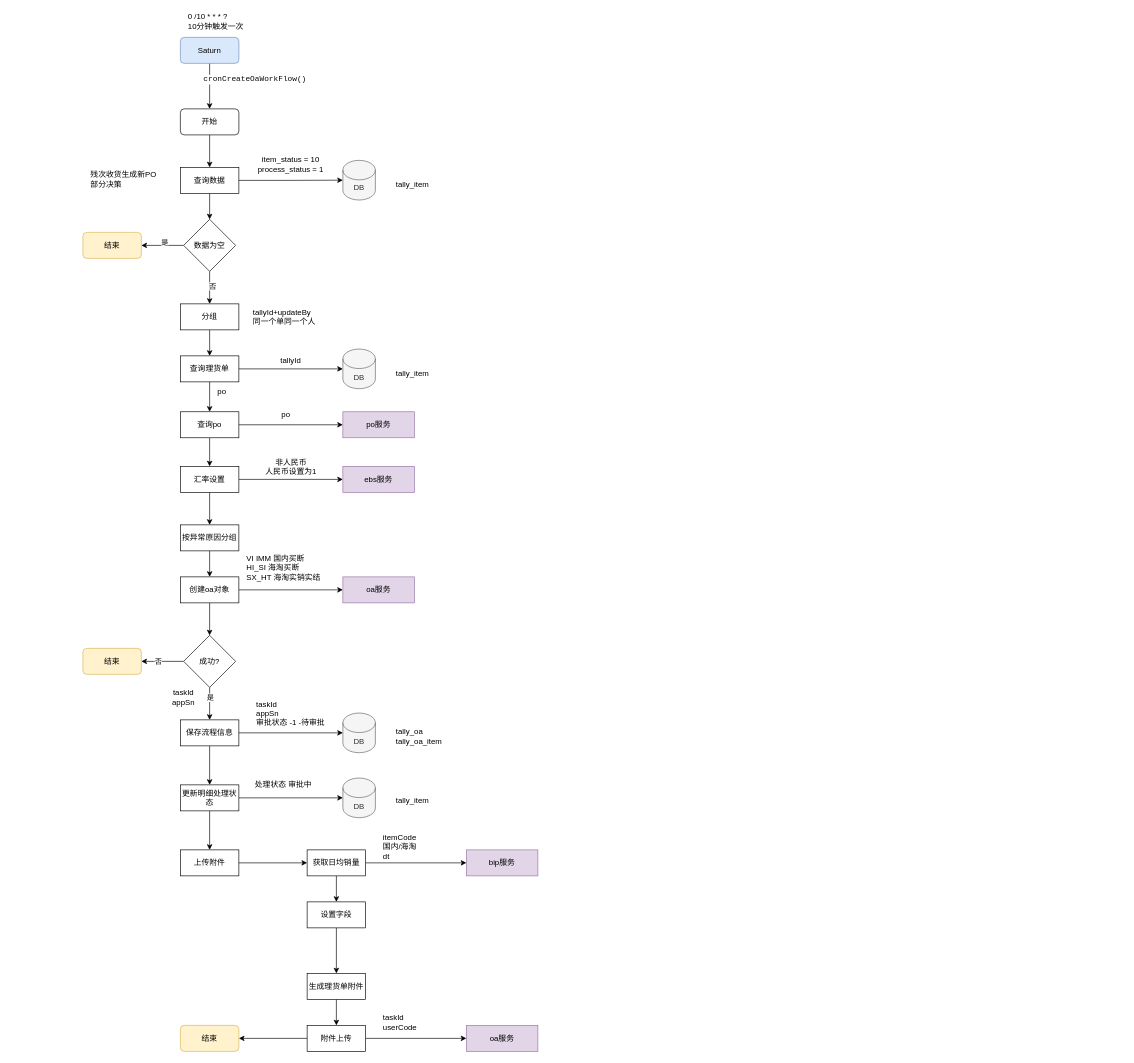
Above: page "创建工单" (3 of 3) of 理货.drawio in vvhard/draw_io (draw.io), before the change. Source tidied: cells renumbered, new cells numbered last; positions are measured from the earlier drawing's top-left corner, leaving out a move shared by most shapes. Both pictures are drawn from the tidied source at 65%, with x=0, y=0 at pixel (83, 11).
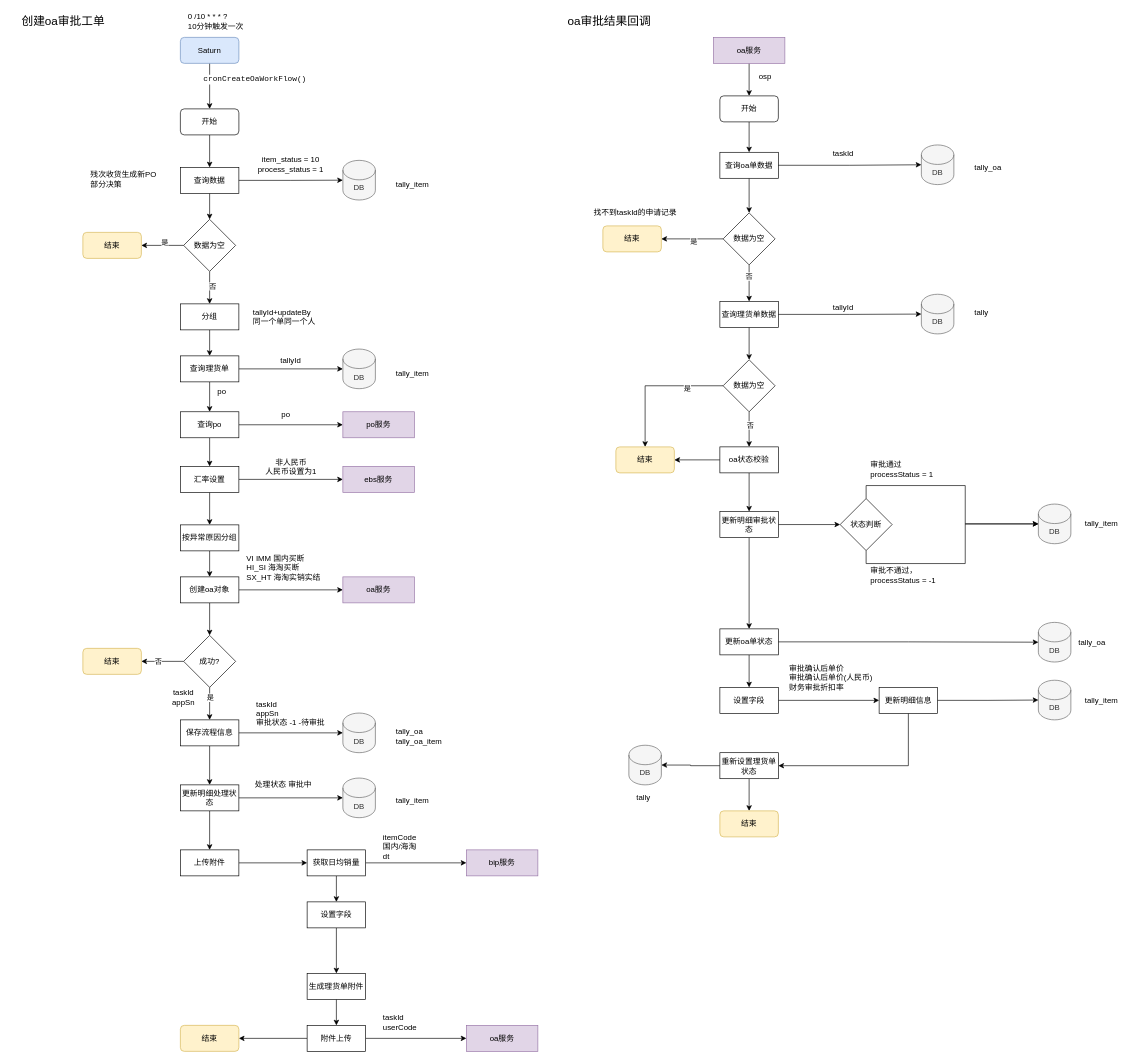
The same diagram, later.

The edit, as a diff of the source:
```diff
@@
+    <mxCell id="84" value="&lt;font style=&quot;font-size: 18px;&quot;&gt;创建oa审批工单&lt;/font&gt;" style="text;html=1;strokeColor=none;fillColor=none;align=center;verticalAlign=middle;whiteSpace=wrap;rounded=0;" parent="1" vertex="1">
+      <mxGeometry x="-110" width="160" height="30" as="geometry" />
+    </mxCell>
+    <mxCell id="85" value="&lt;font style=&quot;font-size: 18px;&quot;&gt;oa审批结果回调&lt;/font&gt;" style="text;html=1;strokeColor=none;fillColor=none;align=center;verticalAlign=middle;whiteSpace=wrap;rounded=0;" parent="1" vertex="1">
+      <mxGeometry x="730" width="160" height="30" as="geometry" />
+    </mxCell>
+    <mxCell id="86" style="edgeStyle=orthogonalEdgeStyle;rounded=0;jettySize=auto;html=1;" parent="1" edge="1" source="87" target="89">
+      <mxGeometry relative="1" as="geometry" />
+    </mxCell>
+    <mxCell id="87" value="oa服务" style="rounded=0;whiteSpace=wrap;html=1;fillColor=#e1d5e7;strokeColor=#9673a6;" parent="1" vertex="1">
+      <mxGeometry x="970" y="40" width="110" height="40" as="geometry" />
+    </mxCell>
+    <mxCell id="88" style="edgeStyle=orthogonalEdgeStyle;rounded=0;jettySize=auto;html=1;" parent="1" edge="1" source="89" target="91">
+      <mxGeometry relative="1" as="geometry" />
+    </mxCell>
+    <mxCell id="89" value="开始" style="rounded=1;whiteSpace=wrap;html=1;" parent="1" vertex="1">
+      <mxGeometry x="980" y="130" width="90" height="40" as="geometry" />
+    </mxCell>
+    <mxCell id="90" style="edgeStyle=orthogonalEdgeStyle;rounded=0;jettySize=auto;html=1;" parent="1" edge="1" source="91" target="100">
+      <mxGeometry relative="1" as="geometry" />
+    </mxCell>
+    <mxCell id="91" value="查询oa单数据" style="rounded=0;whiteSpace=wrap;html=1;" parent="1" vertex="1">
+      <mxGeometry x="980" y="216.8" width="90" height="40" as="geometry" />
+    </mxCell>
+    <mxCell id="92" value="DB" style="shape=cylinder3;whiteSpace=wrap;html=1;boundedLbl=1;backgroundOutline=1;size=15;fillColor=#f5f5f5;fontColor=#333333;strokeColor=#666666;" parent="1" vertex="1">
+      <mxGeometry x="1290" y="205.5" width="50" height="61" as="geometry" />
+    </mxCell>
+    <mxCell id="93" value="tally_oa" style="text;html=1;strokeColor=none;fillColor=none;align=left;verticalAlign=middle;whiteSpace=wrap;rounded=0;" parent="1" vertex="1">
+      <mxGeometry x="1370" y="232" width="60" height="18" as="geometry" />
+    </mxCell>
+    <mxCell id="94" style="edgeStyle=orthogonalEdgeStyle;rounded=0;jettySize=auto;html=1;entryX=0;entryY=0.5;entryDx=0;entryDy=0;entryPerimeter=0;" parent="1" edge="1" source="91" target="92">
+      <mxGeometry relative="1" as="geometry" />
+    </mxCell>
+    <mxCell id="95" value="taskId" style="text;html=1;strokeColor=none;fillColor=none;align=center;verticalAlign=middle;whiteSpace=wrap;rounded=0;" parent="1" vertex="1">
+      <mxGeometry x="1140" y="209.2" width="60" height="20" as="geometry" />
+    </mxCell>
+    <mxCell id="96" style="edgeStyle=orthogonalEdgeStyle;rounded=0;jettySize=auto;html=1;" parent="1" edge="1" source="100" target="101">
+      <mxGeometry relative="1" as="geometry" />
+    </mxCell>
+    <mxCell id="97" value="是" style="edgeLabel;html=1;align=center;verticalAlign=middle;" parent="96" vertex="1">
+      <mxGeometry x="-0.03" y="3" relative="1" as="geometry" />
+    </mxCell>
+    <mxCell id="98" style="edgeStyle=orthogonalEdgeStyle;rounded=0;jettySize=auto;html=1;entryX=0.5;entryY=0;entryDx=0;entryDy=0;" parent="1" edge="1" source="100" target="104">
+      <mxGeometry relative="1" as="geometry" />
+    </mxCell>
+    <mxCell id="99" value="否" style="edgeLabel;html=1;align=center;verticalAlign=middle;" parent="98" vertex="1">
+      <mxGeometry x="-0.38" y="-1" relative="1" as="geometry" />
+    </mxCell>
+    <mxCell id="100" value="数据为空" style="rhombus;whiteSpace=wrap;html=1;" parent="1" vertex="1">
+      <mxGeometry x="985" y="310" width="80" height="80" as="geometry" />
+    </mxCell>
+    <mxCell id="101" value="结束" style="rounded=1;whiteSpace=wrap;html=1;fillColor=#fff2cc;strokeColor=#d6b656;" parent="1" vertex="1">
+      <mxGeometry x="800" y="330" width="90" height="40" as="geometry" />
+    </mxCell>
+    <mxCell id="102" value="找不到taskId的申请记录" style="text;html=1;strokeColor=none;fillColor=none;align=center;verticalAlign=middle;whiteSpace=wrap;rounded=0;" parent="1" vertex="1">
+      <mxGeometry x="780" y="300" width="140" height="20" as="geometry" />
+    </mxCell>
+    <mxCell id="103" style="edgeStyle=orthogonalEdgeStyle;rounded=0;jettySize=auto;html=1;" parent="1" edge="1" source="104" target="113">
+      <mxGeometry relative="1" as="geometry" />
+    </mxCell>
+    <mxCell id="104" value="查询理货单数据" style="rounded=0;whiteSpace=wrap;html=1;" parent="1" vertex="1">
+      <mxGeometry x="980" y="446.2" width="90" height="40" as="geometry" />
+    </mxCell>
+    <mxCell id="105" value="DB" style="shape=cylinder3;whiteSpace=wrap;html=1;boundedLbl=1;backgroundOutline=1;size=15;fillColor=#f5f5f5;fontColor=#333333;strokeColor=#666666;" parent="1" vertex="1">
+      <mxGeometry x="1290" y="435.2" width="50" height="61" as="geometry" />
+    </mxCell>
+    <mxCell id="106" value="tally" style="text;html=1;strokeColor=none;fillColor=none;align=left;verticalAlign=middle;whiteSpace=wrap;rounded=0;" parent="1" vertex="1">
+      <mxGeometry x="1370" y="453.8" width="60" height="18" as="geometry" />
+    </mxCell>
+    <mxCell id="107" style="edgeStyle=orthogonalEdgeStyle;rounded=0;jettySize=auto;html=1;entryX=0;entryY=0.5;entryDx=0;entryDy=0;entryPerimeter=0;" parent="1" edge="1" source="104" target="105">
+      <mxGeometry relative="1" as="geometry" />
+    </mxCell>
+    <mxCell id="108" value="tallyId" style="text;html=1;strokeColor=none;fillColor=none;align=center;verticalAlign=middle;whiteSpace=wrap;rounded=0;" parent="1" vertex="1">
+      <mxGeometry x="1140" y="446.2" width="60" height="20" as="geometry" />
+    </mxCell>
+    <mxCell id="109" style="edgeStyle=orthogonalEdgeStyle;rounded=0;jettySize=auto;html=1;entryX=0.5;entryY=0;entryDx=0;entryDy=0;" parent="1" edge="1" source="113" target="114">
+      <mxGeometry relative="1" as="geometry" />
+    </mxCell>
+    <mxCell id="110" value="是" style="edgeLabel;html=1;align=center;verticalAlign=middle;" parent="109" vertex="1">
+      <mxGeometry x="-0.48" y="4" relative="1" as="geometry" />
+    </mxCell>
+    <mxCell id="111" style="edgeStyle=orthogonalEdgeStyle;rounded=0;jettySize=auto;html=1;" parent="1" edge="1" source="113" target="117">
+      <mxGeometry relative="1" as="geometry" />
+    </mxCell>
+    <mxCell id="112" value="否" style="edgeLabel;html=1;align=center;verticalAlign=middle;" parent="111" vertex="1">
+      <mxGeometry x="-0.27" y="1" relative="1" as="geometry" />
+    </mxCell>
+    <mxCell id="113" value="数据为空" style="rhombus;whiteSpace=wrap;html=1;" parent="1" vertex="1">
+      <mxGeometry x="985" y="536" width="80" height="80" as="geometry" />
+    </mxCell>
+    <mxCell id="114" value="结束" style="rounded=1;whiteSpace=wrap;html=1;fillColor=#fff2cc;strokeColor=#d6b656;" parent="1" vertex="1">
+      <mxGeometry x="820" y="670" width="90" height="40" as="geometry" />
+    </mxCell>
+    <mxCell id="115" style="edgeStyle=orthogonalEdgeStyle;rounded=0;jettySize=auto;html=1;" parent="1" edge="1" source="117" target="114">
+      <mxGeometry relative="1" as="geometry" />
+    </mxCell>
+    <mxCell id="116" style="edgeStyle=orthogonalEdgeStyle;rounded=0;jettySize=auto;html=1;entryX=0.5;entryY=0;entryDx=0;entryDy=0;" parent="1" edge="1" source="117" target="126">
+      <mxGeometry relative="1" as="geometry" />
+    </mxCell>
+    <mxCell id="117" value="oa状态校验" style="rounded=0;whiteSpace=wrap;html=1;" parent="1" vertex="1">
+      <mxGeometry x="980" y="670" width="90" height="40" as="geometry" />
+    </mxCell>
+    <mxCell id="118" value="状态判断" style="rhombus;whiteSpace=wrap;html=1;" parent="1" vertex="1">
+      <mxGeometry x="1165" y="749.5" width="80" height="80" as="geometry" />
+    </mxCell>
+    <mxCell id="119" value="审批通过processStatus = 1" style="text;html=1;strokeColor=none;fillColor=none;align=left;verticalAlign=middle;whiteSpace=wrap;rounded=0;" parent="1" vertex="1">
+      <mxGeometry x="1210" y="690" width="120" height="30" as="geometry" />
+    </mxCell>
+    <mxCell id="120" value="DB" style="shape=cylinder3;whiteSpace=wrap;html=1;boundedLbl=1;backgroundOutline=1;size=15;fillColor=#f5f5f5;fontColor=#333333;strokeColor=#666666;" parent="1" vertex="1">
+      <mxGeometry x="1470" y="758" width="50" height="61" as="geometry" />
+    </mxCell>
+    <mxCell id="121" value="tally_item" style="text;html=1;strokeColor=none;fillColor=none;align=left;verticalAlign=middle;whiteSpace=wrap;rounded=0;" parent="1" vertex="1">
+      <mxGeometry x="1540" y="779.5" width="60" height="18" as="geometry" />
+    </mxCell>
+    <mxCell id="122" value="审批不通过，processStatus = -1" style="text;html=1;strokeColor=none;fillColor=none;align=left;verticalAlign=middle;whiteSpace=wrap;rounded=0;" parent="1" vertex="1">
+      <mxGeometry x="1210" y="854" width="120" height="28" as="geometry" />
+    </mxCell>
+    <mxCell id="123" style="edgeStyle=orthogonalEdgeStyle;rounded=0;jettySize=auto;html=1;entryX=0;entryY=0.5;entryDx=0;entryDy=0;entryPerimeter=0;exitX=0.5;exitY=1;exitDx=0;exitDy=0;" parent="1" edge="1" source="118" target="120">
+      <mxGeometry relative="1" as="geometry" />
+    </mxCell>
+    <mxCell id="124" style="edgeStyle=orthogonalEdgeStyle;rounded=0;jettySize=auto;html=1;entryX=0;entryY=0.5;entryDx=0;entryDy=0;" parent="1" edge="1" source="126" target="118">
+      <mxGeometry relative="1" as="geometry" />
+    </mxCell>
+    <mxCell id="125" style="edgeStyle=orthogonalEdgeStyle;rounded=0;jettySize=auto;html=1;" parent="1" edge="1" source="126" target="129">
+      <mxGeometry relative="1" as="geometry" />
+    </mxCell>
+    <mxCell id="126" value="更新明细审批状态" style="rounded=0;whiteSpace=wrap;html=1;" parent="1" vertex="1">
+      <mxGeometry x="980" y="769.5" width="90" height="40" as="geometry" />
+    </mxCell>
+    <mxCell id="127" style="edgeStyle=orthogonalEdgeStyle;rounded=0;jettySize=auto;html=1;entryX=0;entryY=0.5;entryDx=0;entryDy=0;entryPerimeter=0;exitX=0.5;exitY=0;exitDx=0;exitDy=0;" parent="1" edge="1" source="118" target="120">
+      <mxGeometry relative="1" as="geometry" />
+    </mxCell>
+    <mxCell id="128" style="edgeStyle=orthogonalEdgeStyle;rounded=0;jettySize=auto;html=1;" parent="1" edge="1" source="129" target="134">
+      <mxGeometry relative="1" as="geometry" />
+    </mxCell>
+    <mxCell id="129" value="更新oa单状态" style="rounded=0;whiteSpace=wrap;html=1;" parent="1" vertex="1">
+      <mxGeometry x="980" y="950" width="90" height="40" as="geometry" />
+    </mxCell>
+    <mxCell id="130" value="tally_oa" style="text;html=1;strokeColor=none;fillColor=none;align=left;verticalAlign=middle;whiteSpace=wrap;rounded=0;" parent="1" vertex="1">
+      <mxGeometry x="1530" y="962" width="60" height="18" as="geometry" />
+    </mxCell>
+    <mxCell id="131" value="DB" style="shape=cylinder3;whiteSpace=wrap;html=1;boundedLbl=1;backgroundOutline=1;size=15;fillColor=#f5f5f5;fontColor=#333333;strokeColor=#666666;" parent="1" vertex="1">
+      <mxGeometry x="1470" y="940" width="50" height="61" as="geometry" />
+    </mxCell>
+    <mxCell id="132" style="edgeStyle=orthogonalEdgeStyle;rounded=0;jettySize=auto;html=1;entryX=0;entryY=0.5;entryDx=0;entryDy=0;entryPerimeter=0;" parent="1" edge="1" source="129" target="131">
+      <mxGeometry relative="1" as="geometry" />
+    </mxCell>
+    <mxCell id="133" style="edgeStyle=orthogonalEdgeStyle;rounded=0;jettySize=auto;html=1;entryX=0;entryY=0.5;entryDx=0;entryDy=0;" parent="1" edge="1" source="134" target="137">
+      <mxGeometry relative="1" as="geometry" />
+    </mxCell>
+    <mxCell id="134" value="设置字段" style="rounded=0;whiteSpace=wrap;html=1;" parent="1" vertex="1">
+      <mxGeometry x="980" y="1040" width="90" height="40" as="geometry" />
+    </mxCell>
+    <mxCell id="135" value="审批确认后单价&lt;br&gt;审批确认后单价(人民币)&lt;br&gt;财务审批折扣率" style="text;html=1;strokeColor=none;fillColor=none;align=left;verticalAlign=middle;whiteSpace=wrap;rounded=0;" parent="1" vertex="1">
+      <mxGeometry x="1085" y="1010" width="140" height="30" as="geometry" />
+    </mxCell>
+    <mxCell id="136" style="edgeStyle=orthogonalEdgeStyle;rounded=0;jettySize=auto;html=1;entryX=1;entryY=0.5;entryDx=0;entryDy=0;exitX=0.5;exitY=1;exitDx=0;exitDy=0;" parent="1" edge="1" source="137" target="142">
+      <mxGeometry relative="1" as="geometry" />
+    </mxCell>
+    <mxCell id="137" value="更新明细信息" style="rounded=0;whiteSpace=wrap;html=1;" parent="1" vertex="1">
+      <mxGeometry x="1225" y="1040" width="90" height="40" as="geometry" />
+    </mxCell>
+    <mxCell id="138" value="DB" style="shape=cylinder3;whiteSpace=wrap;html=1;boundedLbl=1;backgroundOutline=1;size=15;fillColor=#f5f5f5;fontColor=#333333;strokeColor=#666666;" parent="1" vertex="1">
+      <mxGeometry x="1470" y="1029" width="50" height="61" as="geometry" />
+    </mxCell>
+    <mxCell id="139" value="tally_item" style="text;html=1;strokeColor=none;fillColor=none;align=left;verticalAlign=middle;whiteSpace=wrap;rounded=0;" parent="1" vertex="1">
+      <mxGeometry x="1540" y="1050.5" width="60" height="18" as="geometry" />
+    </mxCell>
+    <mxCell id="140" style="edgeStyle=orthogonalEdgeStyle;rounded=0;jettySize=auto;html=1;entryX=0;entryY=0.5;entryDx=0;entryDy=0;entryPerimeter=0;" parent="1" edge="1" source="137" target="138">
+      <mxGeometry relative="1" as="geometry" />
+    </mxCell>
+    <mxCell id="141" style="edgeStyle=orthogonalEdgeStyle;rounded=0;jettySize=auto;html=1;" parent="1" edge="1" source="142" target="143">
+      <mxGeometry relative="1" as="geometry" />
+    </mxCell>
+    <mxCell id="142" value="重新设置理货单状态" style="rounded=0;whiteSpace=wrap;html=1;" parent="1" vertex="1">
+      <mxGeometry x="980" y="1140.5" width="90" height="40" as="geometry" />
+    </mxCell>
+    <mxCell id="143" value="结束" style="rounded=1;whiteSpace=wrap;html=1;fillColor=#fff2cc;strokeColor=#d6b656;" parent="1" vertex="1">
+      <mxGeometry x="980" y="1230" width="90" height="40" as="geometry" />
+    </mxCell>
+    <mxCell id="144" value="DB" style="shape=cylinder3;whiteSpace=wrap;html=1;boundedLbl=1;backgroundOutline=1;size=15;fillColor=#f5f5f5;fontColor=#333333;strokeColor=#666666;" parent="1" vertex="1">
+      <mxGeometry x="840" y="1129" width="50" height="61" as="geometry" />
+    </mxCell>
+    <mxCell id="145" value="tally" style="text;html=1;strokeColor=none;fillColor=none;align=left;verticalAlign=middle;whiteSpace=wrap;rounded=0;" parent="1" vertex="1">
+      <mxGeometry x="850" y="1200" width="40" height="18" as="geometry" />
+    </mxCell>
+    <mxCell id="146" style="edgeStyle=orthogonalEdgeStyle;rounded=0;jettySize=auto;html=1;entryX=1;entryY=0.5;entryDx=0;entryDy=0;entryPerimeter=0;" parent="1" edge="1" source="142" target="144">
+      <mxGeometry relative="1" as="geometry" />
+    </mxCell>
+    <mxCell id="147" value="osp" style="text;html=1;strokeColor=none;fillColor=none;align=center;verticalAlign=middle;whiteSpace=wrap;rounded=0;" parent="1" vertex="1">
+      <mxGeometry x="1030" y="90" width="40" height="19" as="geometry" />
+    </mxCell>
```
